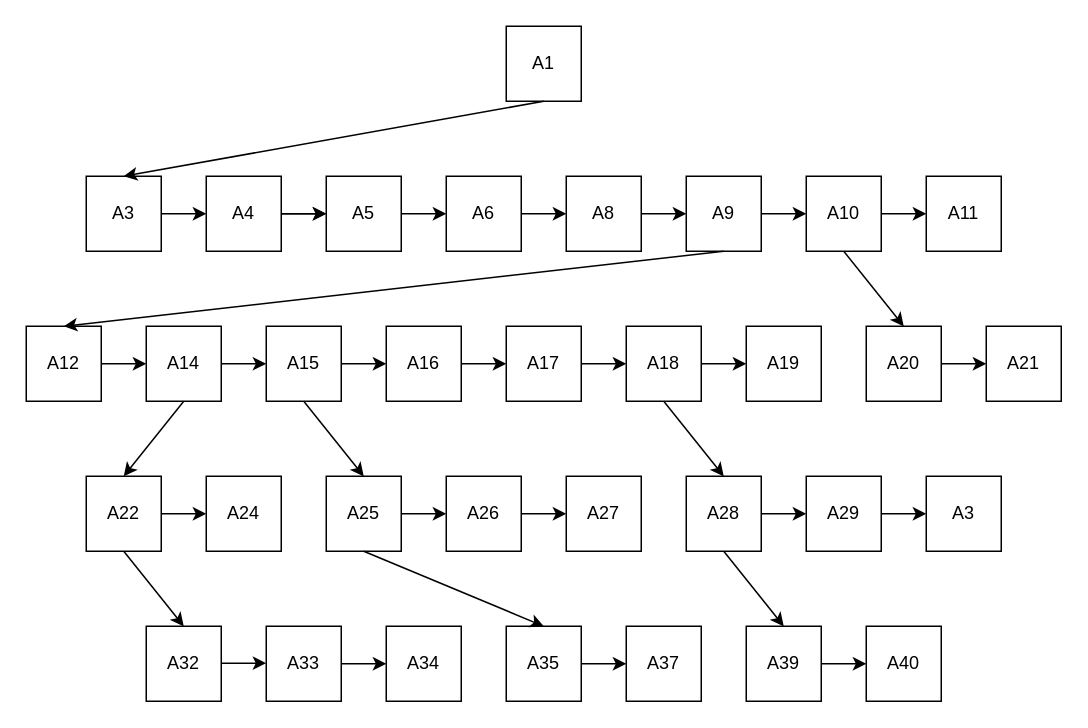
Earlier version of the draw.io diagram Untitled Diagram.drawio (polina-shimolina/lab1---sem2). Source tidied: cells renumbered, new cells numbered last; positions are measured from the earlier drawing's top-left corner, leaving out a move shared by most shapes. Both pictures are drawn from the tidied source at 150%, with x=0, y=0 at pixel (26, 26).
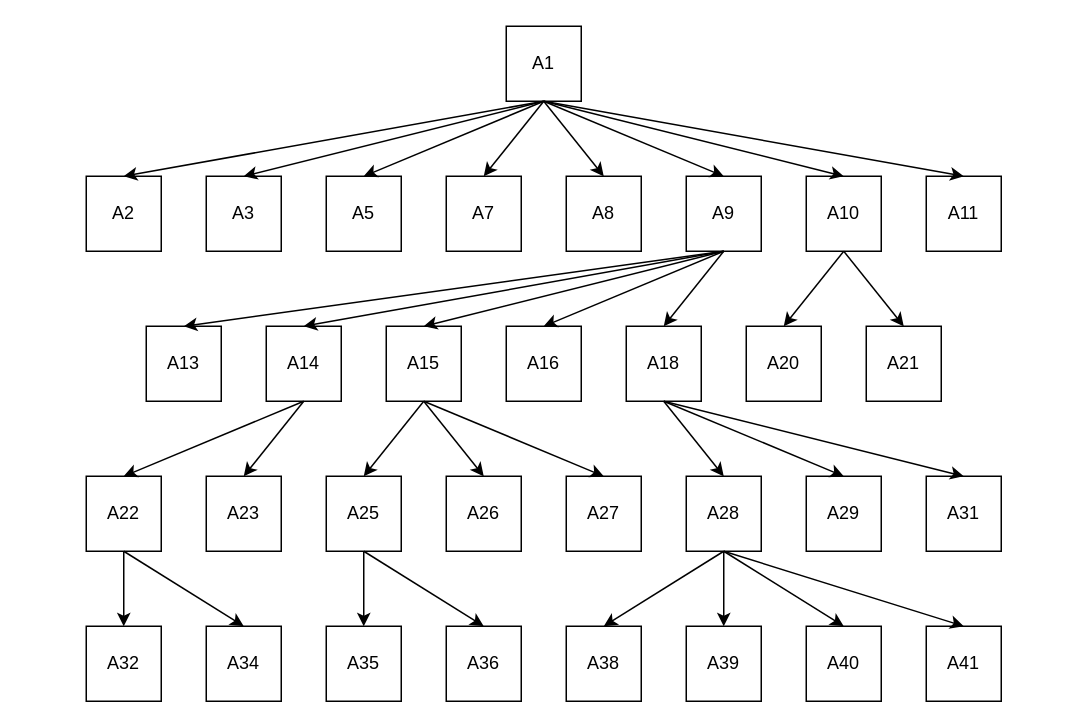
After the change.

The change refers to these unchanged cells:
```xml
<mxCell id="2" value="A1" style="whiteSpace=wrap;html=1;" parent="1" vertex="1">
  <mxGeometry x="320" width="50" height="50" as="geometry" />
</mxCell>
<mxCell id="4" value="A9" style="whiteSpace=wrap;html=1;" parent="1" vertex="1">
  <mxGeometry x="440" y="100" width="50" height="50" as="geometry" />
</mxCell>
<mxCell id="5" value="A10" style="whiteSpace=wrap;html=1;" parent="1" vertex="1">
  <mxGeometry x="520" y="100" width="50" height="50" as="geometry" />
</mxCell>
<mxCell id="6" value="A11" style="whiteSpace=wrap;html=1;" parent="1" vertex="1">
  <mxGeometry x="600" y="100" width="50" height="50" as="geometry" />
</mxCell>
<mxCell id="7" value="A8" style="whiteSpace=wrap;html=1;" parent="1" vertex="1">
  <mxGeometry x="360" y="100" width="50" height="50" as="geometry" />
</mxCell>
<mxCell id="9" value="A5" style="whiteSpace=wrap;html=1;" parent="1" vertex="1">
  <mxGeometry x="200" y="100" width="50" height="50" as="geometry" />
</mxCell>
<mxCell id="18" value="A18" style="whiteSpace=wrap;html=1;" parent="1" vertex="1">
  <mxGeometry x="400" y="200" width="50" height="50" as="geometry" />
</mxCell>
<mxCell id="21" value="A22" style="whiteSpace=wrap;html=1;" parent="1" vertex="1">
  <mxGeometry x="40" y="300" width="50" height="50" as="geometry" />
</mxCell>
<mxCell id="23" value="A25" style="whiteSpace=wrap;html=1;" parent="1" vertex="1">
  <mxGeometry x="200" y="300" width="50" height="50" as="geometry" />
</mxCell>
<mxCell id="24" value="A26" style="whiteSpace=wrap;html=1;" parent="1" vertex="1">
  <mxGeometry x="280" y="300" width="50" height="50" as="geometry" />
</mxCell>
<mxCell id="25" value="A27" style="whiteSpace=wrap;html=1;" parent="1" vertex="1">
  <mxGeometry x="360" y="300" width="50" height="50" as="geometry" />
</mxCell>
<mxCell id="26" value="A28" style="whiteSpace=wrap;html=1;" parent="1" vertex="1">
  <mxGeometry x="440" y="300" width="50" height="50" as="geometry" />
</mxCell>
<mxCell id="27" value="A29" style="whiteSpace=wrap;html=1;" parent="1" vertex="1">
  <mxGeometry x="520" y="300" width="50" height="50" as="geometry" />
</mxCell>
```

Change to the diagram source:
```diff
@@
-    <mxCell id="3" value="A3" style="whiteSpace=wrap;html=1;" parent="1" vertex="1">
+    <mxCell id="3" value="A2" style="whiteSpace=wrap;html=1;" parent="1" vertex="1">
       <mxGeometry x="40" y="100" width="50" height="50" as="geometry" />
     </mxCell>
@@
-    <mxCell id="8" value="A6" style="whiteSpace=wrap;html=1;" parent="1" vertex="1">
+    <mxCell id="8" value="A7" style="whiteSpace=wrap;html=1;" parent="1" vertex="1">
       <mxGeometry x="280" y="100" width="50" height="50" as="geometry" />
     </mxCell>
@@
-    <mxCell id="10" style="edgeStyle=none;rounded=0;jettySize=auto;html=1;" parent="1" edge="1" source="11" target="9">
-      <mxGeometry relative="1" as="geometry" />
-    </mxCell>
-    <mxCell id="11" value="A4" style="whiteSpace=wrap;html=1;" parent="1" vertex="1">
+    <mxCell id="11" value="A3" style="whiteSpace=wrap;html=1;" parent="1" vertex="1">
       <mxGeometry x="120" y="100" width="50" height="50" as="geometry" />
     </mxCell>
     <mxCell id="12" value="A21" style="whiteSpace=wrap;html=1;" parent="1" vertex="1">
-      <mxGeometry x="640" y="200" width="50" height="50" as="geometry" />
+      <mxGeometry x="560" y="200" width="50" height="50" as="geometry" />
     </mxCell>
-    <mxCell id="13" value="A12" style="whiteSpace=wrap;html=1;" parent="1" vertex="1">
-      <mxGeometry y="200" width="50" height="50" as="geometry" />
+    <mxCell id="13" value="A13" style="whiteSpace=wrap;html=1;" parent="1" vertex="1">
+      <mxGeometry x="80" y="200" width="50" height="50" as="geometry" />
     </mxCell>
     <mxCell id="14" value="A14" style="whiteSpace=wrap;html=1;" parent="1" vertex="1">
-      <mxGeometry x="80" y="200" width="50" height="50" as="geometry" />
+      <mxGeometry x="160" y="200" width="50" height="50" as="geometry" />
     </mxCell>
     <mxCell id="15" value="A15" style="whiteSpace=wrap;html=1;" parent="1" vertex="1">
-      <mxGeometry x="160" y="200" width="50" height="50" as="geometry" />
+      <mxGeometry x="240" y="200" width="50" height="50" as="geometry" />
     </mxCell>
     <mxCell id="16" value="A20" style="whiteSpace=wrap;html=1;" parent="1" vertex="1">
-      <mxGeometry x="560" y="200" width="50" height="50" as="geometry" />
+      <mxGeometry x="480" y="200" width="50" height="50" as="geometry" />
     </mxCell>
-    <mxCell id="17" value="A19" style="whiteSpace=wrap;html=1;" parent="1" vertex="1">
-      <mxGeometry x="480" y="200" width="50" height="50" as="geometry" />
-    </mxCell>
@@
-    <mxCell id="19" value="A17" style="whiteSpace=wrap;html=1;" parent="1" vertex="1">
-      <mxGeometry x="320" y="200" width="50" height="50" as="geometry" />
-    </mxCell>
     <mxCell id="20" value="A16" style="whiteSpace=wrap;html=1;" parent="1" vertex="1">
-      <mxGeometry x="240" y="200" width="50" height="50" as="geometry" />
+      <mxGeometry x="320" y="200" width="50" height="50" as="geometry" />
     </mxCell>
@@
-    <mxCell id="22" value="A24" style="whiteSpace=wrap;html=1;" parent="1" vertex="1">
+    <mxCell id="22" value="A23" style="whiteSpace=wrap;html=1;" parent="1" vertex="1">
       <mxGeometry x="120" y="300" width="50" height="50" as="geometry" />
     </mxCell>
@@
-    <mxCell id="28" value="A3" style="whiteSpace=wrap;html=1;" parent="1" vertex="1">
+    <mxCell id="28" value="A31" style="whiteSpace=wrap;html=1;" parent="1" vertex="1">
       <mxGeometry x="600" y="300" width="50" height="50" as="geometry" />
     </mxCell>
     <mxCell id="29" value="A35" style="whiteSpace=wrap;html=1;" parent="1" vertex="1">
-      <mxGeometry x="320" y="400" width="50" height="50" as="geometry" />
+      <mxGeometry x="200" y="400" width="50" height="50" as="geometry" />
     </mxCell>
     <mxCell id="30" value="A32" style="whiteSpace=wrap;html=1;" parent="1" vertex="1">
-      <mxGeometry x="80" y="400" width="50" height="50" as="geometry" />
+      <mxGeometry x="40" y="400" width="50" height="50" as="geometry" />
     </mxCell>
-    <mxCell id="31" value="A33" style="whiteSpace=wrap;html=1;" parent="1" vertex="1">
-      <mxGeometry x="160" y="400" width="50" height="50" as="geometry" />
-    </mxCell>
     <mxCell id="32" value="A34" style="whiteSpace=wrap;html=1;" parent="1" vertex="1">
-      <mxGeometry x="240" y="400" width="50" height="50" as="geometry" />
+      <mxGeometry x="120" y="400" width="50" height="50" as="geometry" />
     </mxCell>
     <mxCell id="33" value="A40" style="whiteSpace=wrap;html=1;" parent="1" vertex="1">
-      <mxGeometry x="560" y="400" width="50" height="50" as="geometry" />
+      <mxGeometry x="520" y="400" width="50" height="50" as="geometry" />
     </mxCell>
     <mxCell id="34" value="A39" style="whiteSpace=wrap;html=1;" parent="1" vertex="1">
-      <mxGeometry x="480" y="400" width="50" height="50" as="geometry" />
+      <mxGeometry x="440" y="400" width="50" height="50" as="geometry" />
     </mxCell>
-    <mxCell id="35" value="A37" style="whiteSpace=wrap;html=1;" parent="1" vertex="1">
-      <mxGeometry x="400" y="400" width="50" height="50" as="geometry" />
+    <mxCell id="35" value="A36" style="whiteSpace=wrap;html=1;" parent="1" vertex="1">
+      <mxGeometry x="280" y="400" width="50" height="50" as="geometry" />
     </mxCell>
@@
-    <mxCell id="37" style="endArrow=classic;html=1;rounded=0;exitX=1;exitY=0.5;exitDx=0;exitDy=0;entryX=0;entryY=0.5;entryDx=0;entryDy=0;" parent="1" edge="1" source="3" target="11">
-      <mxGeometry relative="1" as="geometry" />
-    </mxCell>
-    <mxCell id="38" style="endArrow=classic;html=1;rounded=0;exitX=1;exitY=0.5;exitDx=0;exitDy=0;entryX=0;entryY=0.5;entryDx=0;entryDy=0;" parent="1" edge="1" source="11" target="9">
-      <mxGeometry relative="1" as="geometry" />
-    </mxCell>
@@
-    <mxCell id="46" style="endArrow=classic;html=1;rounded=0;exitX=0.5;exitY=1;exitDx=0;exitDy=0;entryX=0.5;entryY=0;entryDx=0;entryDy=0;" parent="1" edge="1" source="26" target="34">
+    <mxCell id="46" style="endArrow=classic;html=1;rounded=0;exitX=0.5;exitY=1;exitDx=0;exitDy=0;entryX=0.5;entryY=0;entryDx=0;entryDy=0;" parent="1" edge="1" source="26" target="68">
       <mxGeometry relative="1" as="geometry" />
     </mxCell>
-    <mxCell id="47" style="endArrow=classic;html=1;rounded=0;exitX=1;exitY=0.5;exitDx=0;exitDy=0;entryX=0;entryY=0.5;entryDx=0;entryDy=0;" parent="1" edge="1" source="9" target="8">
-      <mxGeometry relative="1" as="geometry" />
-    </mxCell>
-    <mxCell id="48" style="endArrow=classic;html=1;rounded=0;exitX=1;exitY=0.5;exitDx=0;exitDy=0;entryX=0;entryY=0.5;entryDx=0;entryDy=0;" parent="1" edge="1" source="8" target="7">
-      <mxGeometry relative="1" as="geometry" />
-    </mxCell>
-    <mxCell id="49" style="endArrow=classic;html=1;rounded=0;exitX=1;exitY=0.5;exitDx=0;exitDy=0;entryX=0;entryY=0.5;entryDx=0;entryDy=0;" parent="1" edge="1" source="7" target="4">
-      <mxGeometry relative="1" as="geometry" />
-    </mxCell>
-    <mxCell id="50" style="endArrow=classic;html=1;rounded=0;exitX=1;exitY=0.5;exitDx=0;exitDy=0;entryX=0;entryY=0.5;entryDx=0;entryDy=0;" parent="1" edge="1" source="4" target="5">
-      <mxGeometry relative="1" as="geometry" />
-    </mxCell>
-    <mxCell id="51" style="endArrow=classic;html=1;rounded=0;exitX=1;exitY=0.5;exitDx=0;exitDy=0;entryX=0;entryY=0.5;entryDx=0;entryDy=0;" parent="1" edge="1" source="5" target="6">
-      <mxGeometry relative="1" as="geometry" />
-    </mxCell>
-    <mxCell id="52" style="endArrow=classic;html=1;rounded=0;exitX=1;exitY=0.5;exitDx=0;exitDy=0;entryX=0;entryY=0.5;entryDx=0;entryDy=0;" parent="1" edge="1" source="16" target="12">
-      <mxGeometry relative="1" as="geometry" />
-    </mxCell>
-    <mxCell id="53" style="endArrow=classic;html=1;rounded=0;exitX=1;exitY=0.5;exitDx=0;exitDy=0;" parent="1" edge="1" source="13">
-      <mxGeometry relative="1" as="geometry">
-        <mxPoint x="80" y="225" as="targetPoint" />
-      </mxGeometry>
-    </mxCell>
-    <mxCell id="54" style="endArrow=classic;html=1;rounded=0;exitX=1;exitY=0.5;exitDx=0;exitDy=0;" parent="1" edge="1" source="14" target="15">
-      <mxGeometry relative="1" as="geometry" />
-    </mxCell>
-    <mxCell id="55" style="endArrow=classic;html=1;rounded=0;exitX=1;exitY=0.5;exitDx=0;exitDy=0;" parent="1" edge="1" source="15">
-      <mxGeometry relative="1" as="geometry">
-        <mxPoint x="240" y="225" as="targetPoint" />
-      </mxGeometry>
-    </mxCell>
-    <mxCell id="56" style="endArrow=classic;html=1;rounded=0;exitX=1;exitY=0.5;exitDx=0;exitDy=0;" parent="1" edge="1" source="20">
-      <mxGeometry relative="1" as="geometry">
-        <mxPoint x="320" y="225" as="targetPoint" />
-      </mxGeometry>
-    </mxCell>
-    <mxCell id="57" style="endArrow=classic;html=1;rounded=0;exitX=1;exitY=0.5;exitDx=0;exitDy=0;" parent="1" edge="1" source="19" target="18">
-      <mxGeometry relative="1" as="geometry" />
-    </mxCell>
-    <mxCell id="58" style="endArrow=classic;html=1;rounded=0;exitX=1;exitY=0.5;exitDx=0;exitDy=0;entryX=0;entryY=0.5;entryDx=0;entryDy=0;" parent="1" edge="1" source="18" target="17">
-      <mxGeometry relative="1" as="geometry" />
-    </mxCell>
-    <mxCell id="59" style="endArrow=classic;html=1;rounded=0;exitX=1;exitY=0.5;exitDx=0;exitDy=0;" parent="1" edge="1" source="21">
-      <mxGeometry relative="1" as="geometry">
-        <mxPoint x="120" y="325" as="targetPoint" />
-      </mxGeometry>
-    </mxCell>
-    <mxCell id="60" style="endArrow=classic;html=1;rounded=0;exitX=1;exitY=0.5;exitDx=0;exitDy=0;" parent="1" edge="1" source="23">
-      <mxGeometry relative="1" as="geometry">
-        <mxPoint x="280" y="325" as="targetPoint" />
-      </mxGeometry>
-    </mxCell>
-    <mxCell id="61" style="endArrow=classic;html=1;rounded=0;exitX=1;exitY=0.5;exitDx=0;exitDy=0;" parent="1" edge="1" source="24">
-      <mxGeometry relative="1" as="geometry">
-        <mxPoint x="360" y="325" as="targetPoint" />
-      </mxGeometry>
-    </mxCell>
-    <mxCell id="62" style="endArrow=classic;html=1;rounded=0;exitX=1;exitY=0.5;exitDx=0;exitDy=0;entryX=0;entryY=0.5;entryDx=0;entryDy=0;" parent="1" edge="1" source="26" target="27">
-      <mxGeometry relative="1" as="geometry" />
-    </mxCell>
-    <mxCell id="63" style="endArrow=classic;html=1;rounded=0;exitX=1;exitY=0.5;exitDx=0;exitDy=0;" parent="1" edge="1" source="27">
-      <mxGeometry relative="1" as="geometry">
-        <mxPoint x="600" y="325" as="targetPoint" />
-      </mxGeometry>
-    </mxCell>
-    <mxCell id="64" style="endArrow=classic;html=1;rounded=0;exitX=1;exitY=0.5;exitDx=0;exitDy=0;" parent="1" edge="1">
-      <mxGeometry relative="1" as="geometry">
-        <mxPoint x="130" y="424.6" as="sourcePoint" />
-        <mxPoint x="160" y="424.6" as="targetPoint" />
-        <Array as="points">
-          <mxPoint x="150" y="424.6" />
-        </Array>
-      </mxGeometry>
-    </mxCell>
-    <mxCell id="65" style="endArrow=classic;html=1;rounded=0;exitX=1;exitY=0.5;exitDx=0;exitDy=0;entryX=0;entryY=0.5;entryDx=0;entryDy=0;" parent="1" edge="1" source="31" target="32">
-      <mxGeometry relative="1" as="geometry" />
-    </mxCell>
-    <mxCell id="66" style="endArrow=classic;html=1;rounded=0;exitX=1;exitY=0.5;exitDx=0;exitDy=0;entryX=0;entryY=0.5;entryDx=0;entryDy=0;" parent="1" edge="1" source="29" target="35">
-      <mxGeometry relative="1" as="geometry" />
-    </mxCell>
-    <mxCell id="67" style="endArrow=classic;html=1;rounded=0;exitX=1;exitY=0.5;exitDx=0;exitDy=0;entryX=0;entryY=0.5;entryDx=0;entryDy=0;" parent="1" edge="1" source="34" target="33">
-      <mxGeometry relative="1" as="geometry" />
-    </mxCell>
+    <mxCell id="68" value="A38" style="whiteSpace=wrap;html=1;" parent="1" vertex="1">
+      <mxGeometry x="360" y="400" width="50" height="50" as="geometry" />
+    </mxCell>
+    <mxCell id="69" value="A41" style="whiteSpace=wrap;html=1;" parent="1" vertex="1">
+      <mxGeometry x="600" y="400" width="50" height="50" as="geometry" />
+    </mxCell>
+    <mxCell id="70" style="endArrow=classic;html=1;rounded=0;exitX=0.5;exitY=1;exitDx=0;exitDy=0;entryX=0.5;entryY=0;entryDx=0;entryDy=0;" parent="1" edge="1" source="2" target="11">
+      <mxGeometry relative="1" as="geometry" />
+    </mxCell>
+    <mxCell id="71" style="endArrow=classic;html=1;rounded=0;exitX=0.5;exitY=1;exitDx=0;exitDy=0;entryX=0.5;entryY=0;entryDx=0;entryDy=0;" parent="1" edge="1" source="2" target="9">
+      <mxGeometry relative="1" as="geometry" />
+    </mxCell>
+    <mxCell id="72" style="endArrow=classic;html=1;rounded=0;exitX=0.5;exitY=1;exitDx=0;exitDy=0;entryX=0.5;entryY=0;entryDx=0;entryDy=0;" parent="1" edge="1" source="2" target="8">
+      <mxGeometry relative="1" as="geometry" />
+    </mxCell>
+    <mxCell id="73" style="endArrow=classic;html=1;rounded=0;exitX=0.5;exitY=1;exitDx=0;exitDy=0;entryX=0.5;entryY=0;entryDx=0;entryDy=0;" parent="1" edge="1" source="2" target="7">
+      <mxGeometry relative="1" as="geometry" />
+    </mxCell>
+    <mxCell id="74" style="endArrow=classic;html=1;rounded=0;exitX=0.5;exitY=1;exitDx=0;exitDy=0;entryX=0.5;entryY=0;entryDx=0;entryDy=0;" parent="1" edge="1" source="2" target="4">
+      <mxGeometry relative="1" as="geometry" />
+    </mxCell>
+    <mxCell id="75" style="endArrow=classic;html=1;rounded=0;exitX=0.5;exitY=1;exitDx=0;exitDy=0;entryX=0.5;entryY=0;entryDx=0;entryDy=0;" parent="1" edge="1" source="2" target="5">
+      <mxGeometry relative="1" as="geometry" />
+    </mxCell>
+    <mxCell id="76" style="endArrow=classic;html=1;rounded=0;exitX=0.5;exitY=1;exitDx=0;exitDy=0;entryX=0.5;entryY=0;entryDx=0;entryDy=0;" parent="1" edge="1" source="2" target="6">
+      <mxGeometry relative="1" as="geometry" />
+    </mxCell>
+    <mxCell id="77" style="endArrow=classic;html=1;rounded=0;exitX=0.5;exitY=1;exitDx=0;exitDy=0;entryX=0.5;entryY=0;entryDx=0;entryDy=0;" parent="1" edge="1" source="4" target="18">
+      <mxGeometry relative="1" as="geometry" />
+    </mxCell>
+    <mxCell id="78" style="endArrow=classic;html=1;rounded=0;exitX=0.5;exitY=1;exitDx=0;exitDy=0;entryX=0.5;entryY=0;entryDx=0;entryDy=0;" parent="1" edge="1" source="4" target="14">
+      <mxGeometry relative="1" as="geometry" />
+    </mxCell>
+    <mxCell id="79" style="endArrow=classic;html=1;rounded=0;exitX=0.5;exitY=1;exitDx=0;exitDy=0;entryX=0.5;entryY=0;entryDx=0;entryDy=0;" parent="1" edge="1" source="4" target="15">
+      <mxGeometry relative="1" as="geometry" />
+    </mxCell>
+    <mxCell id="80" style="endArrow=classic;html=1;rounded=0;exitX=0.5;exitY=1;exitDx=0;exitDy=0;entryX=0.5;entryY=0;entryDx=0;entryDy=0;" parent="1" edge="1" source="4" target="20">
+      <mxGeometry relative="1" as="geometry" />
+    </mxCell>
+    <mxCell id="81" style="endArrow=classic;html=1;rounded=0;exitX=0.5;exitY=1;exitDx=0;exitDy=0;entryX=0.5;entryY=0;entryDx=0;entryDy=0;" parent="1" edge="1" source="5" target="12">
+      <mxGeometry relative="1" as="geometry" />
+    </mxCell>
+    <mxCell id="82" style="endArrow=classic;html=1;rounded=0;exitX=0.5;exitY=1;exitDx=0;exitDy=0;entryX=0.5;entryY=0;entryDx=0;entryDy=0;" parent="1" edge="1" source="14" target="22">
+      <mxGeometry relative="1" as="geometry" />
+    </mxCell>
+    <mxCell id="83" style="endArrow=classic;html=1;rounded=0;exitX=0.5;exitY=1;exitDx=0;exitDy=0;entryX=0.5;entryY=0;entryDx=0;entryDy=0;" parent="1" edge="1" source="15" target="24">
+      <mxGeometry relative="1" as="geometry" />
+    </mxCell>
+    <mxCell id="84" style="endArrow=classic;html=1;rounded=0;exitX=0.5;exitY=1;exitDx=0;exitDy=0;entryX=0.5;entryY=0;entryDx=0;entryDy=0;" parent="1" edge="1" source="15" target="25">
+      <mxGeometry relative="1" as="geometry" />
+    </mxCell>
+    <mxCell id="85" style="endArrow=classic;html=1;rounded=0;exitX=0.5;exitY=1;exitDx=0;exitDy=0;entryX=0.5;entryY=0;entryDx=0;entryDy=0;" parent="1" edge="1" source="18" target="27">
+      <mxGeometry relative="1" as="geometry" />
+    </mxCell>
+    <mxCell id="86" style="endArrow=classic;html=1;rounded=0;exitX=0.5;exitY=1;exitDx=0;exitDy=0;entryX=0.5;entryY=0;entryDx=0;entryDy=0;" parent="1" edge="1" source="18" target="28">
+      <mxGeometry relative="1" as="geometry" />
+    </mxCell>
+    <mxCell id="87" style="endArrow=classic;html=1;rounded=0;exitX=0.5;exitY=1;exitDx=0;exitDy=0;entryX=0.5;entryY=0;entryDx=0;entryDy=0;" parent="1" edge="1" source="21" target="32">
+      <mxGeometry relative="1" as="geometry" />
+    </mxCell>
+    <mxCell id="88" style="endArrow=classic;html=1;rounded=0;exitX=0.5;exitY=1;exitDx=0;exitDy=0;entryX=0.5;entryY=0;entryDx=0;entryDy=0;" parent="1" edge="1" source="23" target="35">
+      <mxGeometry relative="1" as="geometry" />
+    </mxCell>
+    <mxCell id="89" style="endArrow=classic;html=1;rounded=0;exitX=0.5;exitY=1;exitDx=0;exitDy=0;entryX=0.5;entryY=0;entryDx=0;entryDy=0;" parent="1" edge="1" source="26" target="34">
+      <mxGeometry relative="1" as="geometry" />
+    </mxCell>
+    <mxCell id="90" style="endArrow=classic;html=1;rounded=0;exitX=0.5;exitY=1;exitDx=0;exitDy=0;entryX=0.5;entryY=0;entryDx=0;entryDy=0;" parent="1" edge="1" source="26" target="33">
+      <mxGeometry relative="1" as="geometry" />
+    </mxCell>
+    <mxCell id="91" style="endArrow=classic;html=1;rounded=0;exitX=0.5;exitY=1;exitDx=0;exitDy=0;entryX=0.5;entryY=0;entryDx=0;entryDy=0;" parent="1" edge="1" source="26" target="69">
+      <mxGeometry relative="1" as="geometry" />
+    </mxCell>
```
